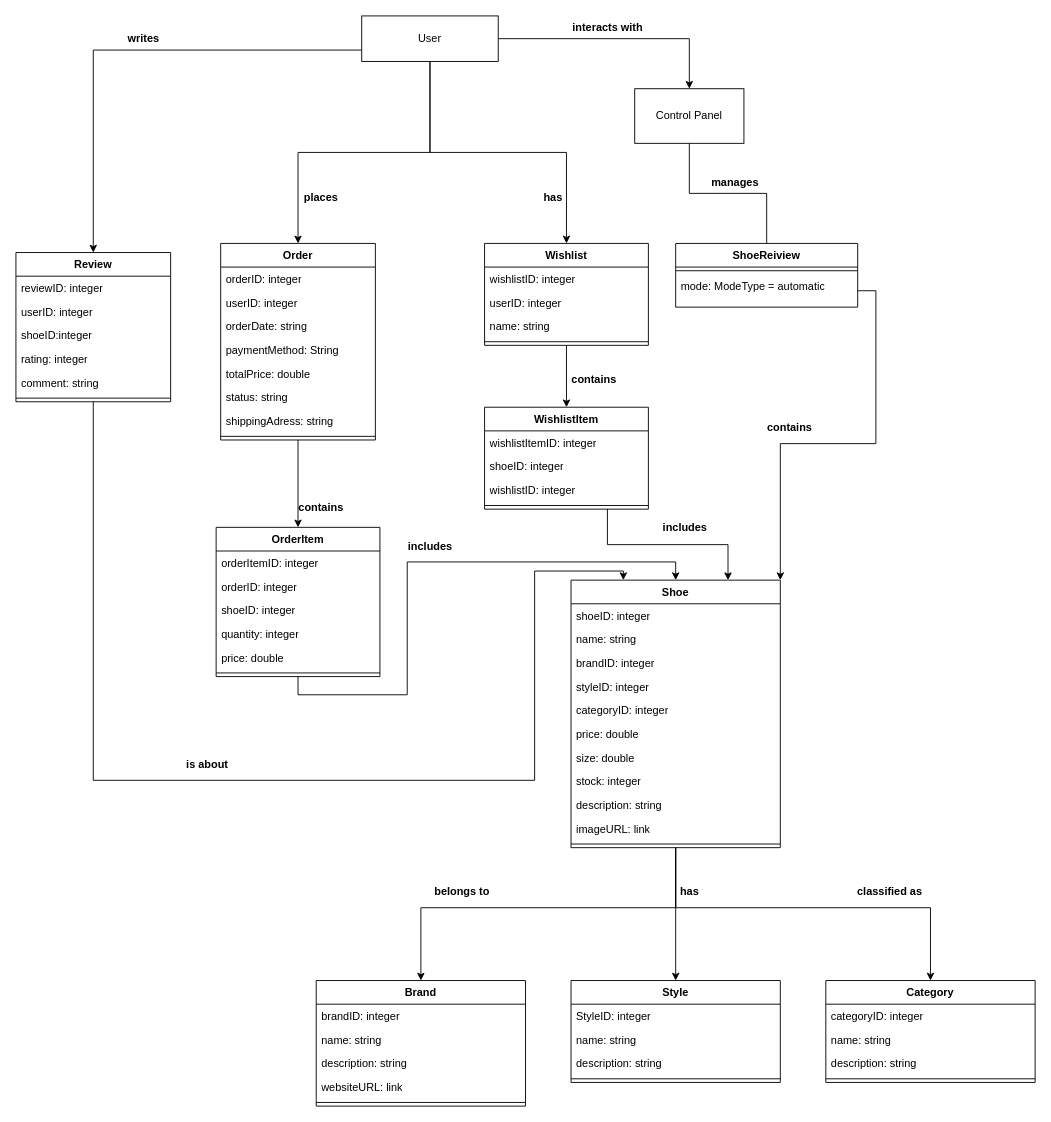
This is Project Documentation/ConceptualModel/ConceptualModel.drawio from AidAliu/LuxuryStep, a draw.io file, before an edit. Source tidied: cells renumbered, new cells numbered last; positions are measured from the earlier drawing's top-left corner, leaving out a move shared by most shapes. Both pictures are drawn from the tidied source at 91%, with x=0, y=0 at pixel (15, 15).
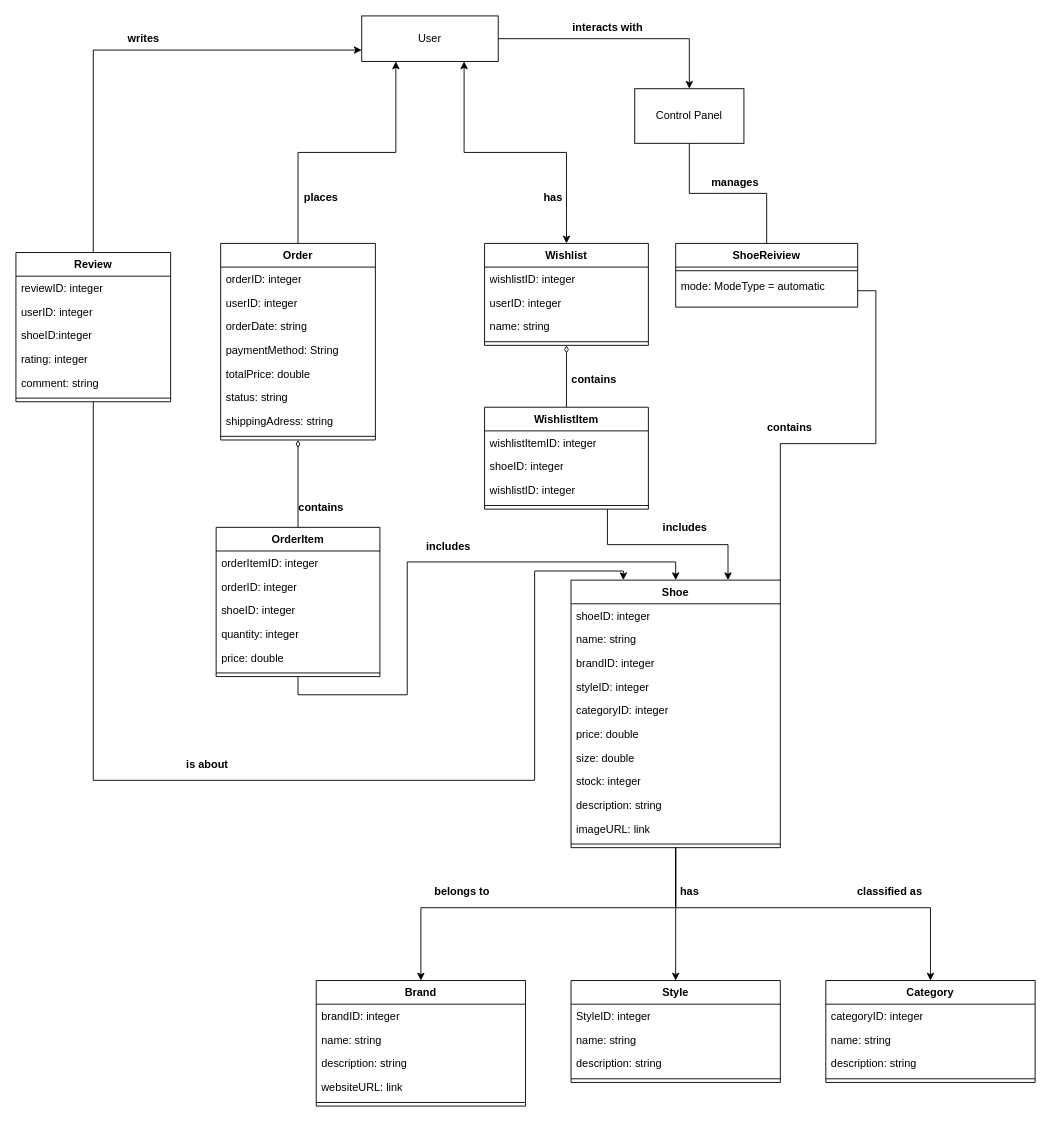
After the change.

Unchanged cells that the change refers to:
```xml
<mxCell id="6" value="User" style="rounded=0;whiteSpace=wrap;html=1;" parent="1" vertex="1">
  <mxGeometry x="380" width="150" height="50" as="geometry" />
</mxCell>
<mxCell id="11" value="mode: ModeType = automatic" style="text;strokeColor=none;fillColor=none;align=left;verticalAlign=top;spacingLeft=4;spacingRight=4;overflow=hidden;points=[[0,0.5],[1,0.5]];portConstraint=eastwest;whiteSpace=wrap;html=1;" parent="9" vertex="1">
  <mxGeometry y="34" width="200" height="36" as="geometry" />
</mxCell>
<mxCell id="16" value="Shoe" style="swimlane;fontStyle=1;align=center;verticalAlign=top;horizontal=1;startSize=26;whiteSpace=wrap;html=1;" parent="1" vertex="1">
  <mxGeometry x="610" y="620" width="230" height="294" as="geometry" />
</mxCell>
<mxCell id="50" value="Wishlist" style="swimlane;fontStyle=1;align=center;verticalAlign=top;horizontal=1;startSize=26;whiteSpace=wrap;html=1;" parent="1" vertex="1">
  <mxGeometry x="515" y="250" width="180" height="112" as="geometry" />
</mxCell>
<mxCell id="56" value="Order" style="swimlane;fontStyle=1;align=center;verticalAlign=top;horizontal=1;startSize=26;whiteSpace=wrap;html=1;" parent="1" vertex="1">
  <mxGeometry x="225" y="250" width="170" height="216" as="geometry" />
</mxCell>
<mxCell id="68" value="WishlistItem" style="swimlane;fontStyle=1;align=center;verticalAlign=top;horizontal=1;startSize=26;whiteSpace=wrap;html=1;" parent="1" vertex="1">
  <mxGeometry x="515" y="430" width="180" height="112" as="geometry" />
</mxCell>
<mxCell id="75" value="OrderItem" style="swimlane;fontStyle=1;align=center;verticalAlign=top;horizontal=1;startSize=26;whiteSpace=wrap;html=1;" parent="1" vertex="1">
  <mxGeometry x="220" y="562" width="180" height="164" as="geometry" />
</mxCell>
<mxCell id="85" value="Review" style="swimlane;fontStyle=1;align=center;verticalAlign=top;horizontal=1;startSize=26;whiteSpace=wrap;html=1;" parent="1" vertex="1">
  <mxGeometry y="260" width="170" height="164" as="geometry" />
</mxCell>
```

Change to the diagram source:
```diff
@@
-    <mxCell id="2" style="edgeStyle=orthogonalEdgeStyle;rounded=0;jettySize=auto;html=1;exitX=0.5;exitY=1;exitDx=0;exitDy=0;entryX=0.5;entryY=0;entryDx=0;entryDy=0;" parent="1" edge="1" source="6" target="56">
+    <mxCell id="2" style="edgeStyle=orthogonalEdgeStyle;rounded=0;jettySize=auto;html=1;exitX=0.25;exitY=1;exitDx=0;exitDy=0;entryX=0.5;entryY=0;entryDx=0;entryDy=0;endArrow=none;endFill=0;startArrow=classic;startFill=1;" parent="1" edge="1" source="6" target="56">
       <mxGeometry relative="1" as="geometry" />
     </mxCell>
-    <mxCell id="3" style="edgeStyle=orthogonalEdgeStyle;rounded=0;jettySize=auto;html=1;exitX=0.5;exitY=1;exitDx=0;exitDy=0;entryX=0.5;entryY=0;entryDx=0;entryDy=0;" parent="1" edge="1" source="6" target="50">
+    <mxCell id="3" style="edgeStyle=orthogonalEdgeStyle;rounded=0;jettySize=auto;html=1;exitX=0.75;exitY=1;exitDx=0;exitDy=0;entryX=0.5;entryY=0;entryDx=0;entryDy=0;endArrow=classic;endFill=1;startArrow=classic;startFill=1;" parent="1" edge="1" source="6" target="50">
       <mxGeometry relative="1" as="geometry" />
     </mxCell>
-    <mxCell id="4" style="edgeStyle=orthogonalEdgeStyle;rounded=0;jettySize=auto;html=1;exitX=0;exitY=0.75;exitDx=0;exitDy=0;entryX=0.5;entryY=0;entryDx=0;entryDy=0;" parent="1" edge="1" source="6" target="85">
+    <mxCell id="4" style="edgeStyle=orthogonalEdgeStyle;rounded=0;jettySize=auto;html=1;exitX=0;exitY=0.75;exitDx=0;exitDy=0;entryX=0.5;entryY=0;entryDx=0;entryDy=0;endArrow=none;endFill=0;startArrow=classic;startFill=1;" parent="1" edge="1" source="6" target="85">
       <mxGeometry relative="1" as="geometry" />
     </mxCell>
@@
-    <mxCell id="15" style="edgeStyle=orthogonalEdgeStyle;rounded=0;jettySize=auto;html=1;exitX=1;exitY=0;exitDx=0;exitDy=0;entryX=1;entryY=0.5;entryDx=0;entryDy=0;endArrow=none;endFill=0;startArrow=classic;startFill=1;" parent="1" edge="1" source="16" target="11">
+    <mxCell id="15" style="edgeStyle=orthogonalEdgeStyle;rounded=0;jettySize=auto;html=1;exitX=1;exitY=0;exitDx=0;exitDy=0;entryX=1;entryY=0.5;entryDx=0;entryDy=0;endArrow=none;endFill=0;startArrow=none;startFill=0;" parent="1" edge="1" source="16" target="11">
       <mxGeometry relative="1" as="geometry" />
     </mxCell>
@@
-    <mxCell id="49" style="edgeStyle=orthogonalEdgeStyle;rounded=0;jettySize=auto;html=1;exitX=0.5;exitY=1;exitDx=0;exitDy=0;entryX=0.5;entryY=0;entryDx=0;entryDy=0;" parent="1" edge="1" source="50" target="68">
+    <mxCell id="49" style="edgeStyle=orthogonalEdgeStyle;rounded=0;jettySize=auto;html=1;exitX=0.5;exitY=1;exitDx=0;exitDy=0;entryX=0.5;entryY=0;entryDx=0;entryDy=0;endArrow=none;endFill=0;startArrow=diamondThin;startFill=0;" parent="1" edge="1" source="50" target="68">
       <mxGeometry relative="1" as="geometry" />
     </mxCell>
@@
-    <mxCell id="55" style="edgeStyle=orthogonalEdgeStyle;rounded=0;jettySize=auto;html=1;exitX=0.5;exitY=1;exitDx=0;exitDy=0;entryX=0.5;entryY=0;entryDx=0;entryDy=0;" parent="1" edge="1" source="56" target="75">
+    <mxCell id="55" style="edgeStyle=orthogonalEdgeStyle;rounded=0;jettySize=auto;html=1;exitX=0.5;exitY=1;exitDx=0;exitDy=0;entryX=0.5;entryY=0;entryDx=0;entryDy=0;startArrow=diamondThin;startFill=0;endArrow=none;endFill=0;" parent="1" edge="1" source="56" target="75">
       <mxGeometry relative="1" as="geometry" />
     </mxCell>
@@
     <mxCell id="83" value="includes" style="text;align=center;fontStyle=1;verticalAlign=middle;spacingLeft=3;spacingRight=3;strokeColor=none;html=1;" parent="1" vertex="1">
-      <mxGeometry x="415" y="570" width="80" height="26" as="geometry" />
+      <mxGeometry x="435" y="570" width="80" height="26" as="geometry" />
     </mxCell>
```
